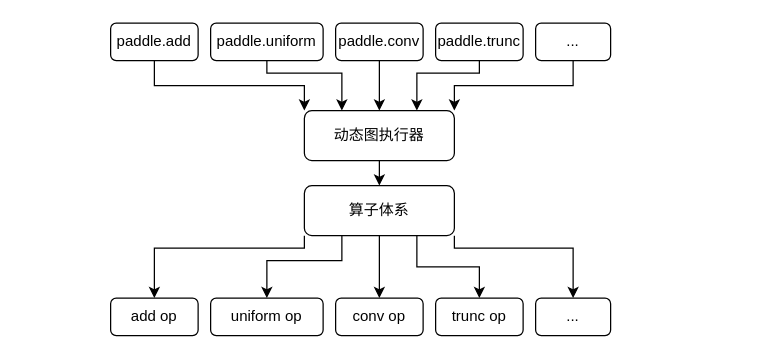
JiabinYang/Doc keeps this draw.io diagram as price1.drawio. Above is the earlier version. Source tidied: cells renumbered, new cells numbered last; positions are measured from the earlier drawing's top-left corner, leaving out a move shared by most shapes. Both pictures are drawn from the tidied source at 125%, with x=0, y=0 at pixel (110, 22).
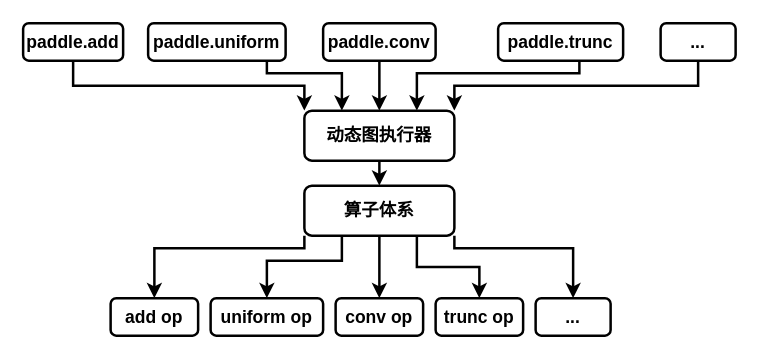
The same diagram, later.

Change to the diagram source:
```diff
@@
-    <mxCell id="2" style="edgeStyle=orthogonalEdgeStyle;rounded=0;jettySize=auto;html=1;exitX=0.5;exitY=1;exitDx=0;exitDy=0;entryX=0;entryY=0;entryDx=0;entryDy=0;" parent="1" edge="1" source="3" target="18">
+    <mxCell id="2" style="edgeStyle=orthogonalEdgeStyle;rounded=0;jettySize=auto;html=1;exitX=0.5;exitY=1;exitDx=0;exitDy=0;entryX=0;entryY=0;entryDx=0;entryDy=0;fontStyle=1;fontSize=14;strokeWidth=2;" parent="1" edge="1" source="3" target="18">
       <mxGeometry relative="1" as="geometry" />
     </mxCell>
-    <mxCell id="3" value="paddle.add" style="rounded=1;whiteSpace=wrap;html=1;" parent="1" vertex="1">
-      <mxGeometry width="70" height="30" as="geometry" />
+    <mxCell id="3" value="paddle.add" style="rounded=1;whiteSpace=wrap;html=1;fontStyle=1;fontSize=14;strokeWidth=2;" parent="1" vertex="1">
+      <mxGeometry x="-70" width="80" height="30" as="geometry" />
     </mxCell>
-    <mxCell id="4" style="edgeStyle=orthogonalEdgeStyle;rounded=0;jettySize=auto;html=1;exitX=0.5;exitY=1;exitDx=0;exitDy=0;entryX=0.25;entryY=0;entryDx=0;entryDy=0;" parent="1" edge="1" source="5" target="18">
+    <mxCell id="4" style="edgeStyle=orthogonalEdgeStyle;rounded=0;jettySize=auto;html=1;exitX=0.5;exitY=1;exitDx=0;exitDy=0;entryX=0.25;entryY=0;entryDx=0;entryDy=0;fontStyle=1;fontSize=14;strokeWidth=2;" parent="1" edge="1" source="5" target="18">
       <mxGeometry relative="1" as="geometry">
         <Array as="points">
           <mxPoint x="125" y="40" />
           <mxPoint x="185" y="40" />
         </Array>
       </mxGeometry>
     </mxCell>
-    <mxCell id="5" value="paddle.uniform" style="rounded=1;whiteSpace=wrap;html=1;" parent="1" vertex="1">
-      <mxGeometry x="80" width="90" height="30" as="geometry" />
+    <mxCell id="5" value="paddle.uniform" style="rounded=1;whiteSpace=wrap;html=1;fontStyle=1;fontSize=14;strokeWidth=2;" parent="1" vertex="1">
+      <mxGeometry x="30" width="110" height="30" as="geometry" />
     </mxCell>
-    <mxCell id="6" style="edgeStyle=orthogonalEdgeStyle;rounded=0;jettySize=auto;html=1;exitX=0.5;exitY=1;exitDx=0;exitDy=0;entryX=0.5;entryY=0;entryDx=0;entryDy=0;" parent="1" edge="1" source="7" target="18">
+    <mxCell id="6" style="edgeStyle=orthogonalEdgeStyle;rounded=0;jettySize=auto;html=1;exitX=0.5;exitY=1;exitDx=0;exitDy=0;entryX=0.5;entryY=0;entryDx=0;entryDy=0;fontStyle=1;fontSize=14;strokeWidth=2;" parent="1" edge="1" source="7" target="18">
       <mxGeometry relative="1" as="geometry" />
     </mxCell>
-    <mxCell id="7" value="paddle.conv" style="rounded=1;whiteSpace=wrap;html=1;" parent="1" vertex="1">
-      <mxGeometry x="180" width="70" height="30" as="geometry" />
+    <mxCell id="7" value="paddle.conv" style="rounded=1;whiteSpace=wrap;html=1;fontStyle=1;fontSize=14;strokeWidth=2;" parent="1" vertex="1">
+      <mxGeometry x="170" width="90" height="30" as="geometry" />
     </mxCell>
-    <mxCell id="8" style="edgeStyle=orthogonalEdgeStyle;rounded=0;jettySize=auto;html=1;exitX=0.5;exitY=1;exitDx=0;exitDy=0;entryX=0.75;entryY=0;entryDx=0;entryDy=0;" parent="1" edge="1" source="9" target="18">
+    <mxCell id="8" style="edgeStyle=orthogonalEdgeStyle;rounded=0;jettySize=auto;html=1;exitX=0.5;exitY=1;exitDx=0;exitDy=0;entryX=0.75;entryY=0;entryDx=0;entryDy=0;fontStyle=1;fontSize=14;strokeWidth=2;" parent="1" edge="1" source="9" target="18">
       <mxGeometry relative="1" as="geometry">
         <Array as="points">
-          <mxPoint x="295" y="40" />
+          <mxPoint x="375" y="40" />
           <mxPoint x="245" y="40" />
         </Array>
       </mxGeometry>
     </mxCell>
-    <mxCell id="9" value="paddle.trunc" style="rounded=1;whiteSpace=wrap;html=1;" parent="1" vertex="1">
-      <mxGeometry x="260" width="70" height="30" as="geometry" />
+    <mxCell id="9" value="paddle.trunc" style="rounded=1;whiteSpace=wrap;html=1;fontStyle=1;fontSize=14;strokeWidth=2;" parent="1" vertex="1">
+      <mxGeometry x="310" width="100" height="30" as="geometry" />
     </mxCell>
-    <mxCell id="10" style="edgeStyle=orthogonalEdgeStyle;rounded=0;jettySize=auto;html=1;exitX=0.5;exitY=1;exitDx=0;exitDy=0;entryX=1;entryY=0;entryDx=0;entryDy=0;" parent="1" edge="1" source="11" target="18">
+    <mxCell id="10" style="edgeStyle=orthogonalEdgeStyle;rounded=0;jettySize=auto;html=1;exitX=0.5;exitY=1;exitDx=0;exitDy=0;entryX=1;entryY=0;entryDx=0;entryDy=0;fontStyle=1;fontSize=14;strokeWidth=2;" parent="1" edge="1" source="11" target="18">
       <mxGeometry relative="1" as="geometry" />
     </mxCell>
-    <mxCell id="11" value="..." style="rounded=1;whiteSpace=wrap;html=1;" parent="1" vertex="1">
-      <mxGeometry x="340" width="60" height="30" as="geometry" />
+    <mxCell id="11" value="..." style="rounded=1;whiteSpace=wrap;html=1;fontStyle=1;fontSize=14;strokeWidth=2;" parent="1" vertex="1">
+      <mxGeometry x="440" width="60" height="30" as="geometry" />
     </mxCell>
-    <mxCell id="12" value="add op" style="rounded=1;whiteSpace=wrap;html=1;" parent="1" vertex="1">
+    <mxCell id="12" value="add op" style="rounded=1;whiteSpace=wrap;html=1;fontStyle=1;fontSize=14;strokeWidth=2;" parent="1" vertex="1">
       <mxGeometry y="220" width="70" height="30" as="geometry" />
     </mxCell>
-    <mxCell id="13" value="uniform op" style="rounded=1;whiteSpace=wrap;html=1;" parent="1" vertex="1">
+    <mxCell id="13" value="uniform op" style="rounded=1;whiteSpace=wrap;html=1;fontStyle=1;fontSize=14;strokeWidth=2;" parent="1" vertex="1">
       <mxGeometry x="80" y="220" width="90" height="30" as="geometry" />
     </mxCell>
-    <mxCell id="14" value="conv op" style="rounded=1;whiteSpace=wrap;html=1;" parent="1" vertex="1">
+    <mxCell id="14" value="conv op" style="rounded=1;whiteSpace=wrap;html=1;fontStyle=1;fontSize=14;strokeWidth=2;" parent="1" vertex="1">
       <mxGeometry x="180" y="220" width="70" height="30" as="geometry" />
     </mxCell>
-    <mxCell id="15" value="trunc op" style="rounded=1;whiteSpace=wrap;html=1;" parent="1" vertex="1">
+    <mxCell id="15" value="trunc op" style="rounded=1;whiteSpace=wrap;html=1;fontStyle=1;fontSize=14;strokeWidth=2;" parent="1" vertex="1">
       <mxGeometry x="260" y="220" width="70" height="30" as="geometry" />
     </mxCell>
-    <mxCell id="16" value="..." style="rounded=1;whiteSpace=wrap;html=1;" parent="1" vertex="1">
+    <mxCell id="16" value="..." style="rounded=1;whiteSpace=wrap;html=1;fontStyle=1;fontSize=14;strokeWidth=2;" parent="1" vertex="1">
       <mxGeometry x="340" y="220" width="60" height="30" as="geometry" />
     </mxCell>
-    <mxCell id="17" style="edgeStyle=orthogonalEdgeStyle;rounded=0;jettySize=auto;html=1;exitX=0.5;exitY=1;exitDx=0;exitDy=0;entryX=0.5;entryY=0;entryDx=0;entryDy=0;" parent="1" edge="1" source="18" target="24">
+    <mxCell id="17" style="edgeStyle=orthogonalEdgeStyle;rounded=0;jettySize=auto;html=1;exitX=0.5;exitY=1;exitDx=0;exitDy=0;entryX=0.5;entryY=0;entryDx=0;entryDy=0;fontStyle=1;fontSize=14;strokeWidth=2;" parent="1" edge="1" source="18" target="24">
       <mxGeometry relative="1" as="geometry" />
     </mxCell>
-    <mxCell id="18" value="动态图执行器" style="rounded=1;whiteSpace=wrap;html=1;" parent="1" vertex="1">
+    <mxCell id="18" value="动态图执行器" style="rounded=1;whiteSpace=wrap;html=1;fontStyle=1;fontSize=14;strokeWidth=2;" parent="1" vertex="1">
       <mxGeometry x="155" y="70" width="120" height="40" as="geometry" />
     </mxCell>
-    <mxCell id="19" style="edgeStyle=orthogonalEdgeStyle;rounded=0;jettySize=auto;html=1;exitX=0.5;exitY=1;exitDx=0;exitDy=0;entryX=0.5;entryY=0;entryDx=0;entryDy=0;" parent="1" edge="1" source="24" target="14">
+    <mxCell id="19" style="edgeStyle=orthogonalEdgeStyle;rounded=0;jettySize=auto;html=1;exitX=0.5;exitY=1;exitDx=0;exitDy=0;entryX=0.5;entryY=0;entryDx=0;entryDy=0;fontStyle=1;fontSize=14;strokeWidth=2;" parent="1" edge="1" source="24" target="14">
       <mxGeometry relative="1" as="geometry" />
     </mxCell>
-    <mxCell id="20" style="edgeStyle=orthogonalEdgeStyle;rounded=0;jettySize=auto;html=1;exitX=0.25;exitY=1;exitDx=0;exitDy=0;entryX=0.5;entryY=0;entryDx=0;entryDy=0;" parent="1" edge="1" source="24" target="13">
+    <mxCell id="20" style="edgeStyle=orthogonalEdgeStyle;rounded=0;jettySize=auto;html=1;exitX=0.25;exitY=1;exitDx=0;exitDy=0;entryX=0.5;entryY=0;entryDx=0;entryDy=0;fontStyle=1;fontSize=14;strokeWidth=2;" parent="1" edge="1" source="24" target="13">
       <mxGeometry relative="1" as="geometry">
         <Array as="points">
           <mxPoint x="185" y="190" />
           <mxPoint x="125" y="190" />
         </Array>
       </mxGeometry>
     </mxCell>
-    <mxCell id="21" style="edgeStyle=orthogonalEdgeStyle;rounded=0;jettySize=auto;html=1;exitX=0;exitY=1;exitDx=0;exitDy=0;entryX=0.5;entryY=0;entryDx=0;entryDy=0;" parent="1" edge="1" source="24" target="12">
+    <mxCell id="21" style="edgeStyle=orthogonalEdgeStyle;rounded=0;jettySize=auto;html=1;exitX=0;exitY=1;exitDx=0;exitDy=0;entryX=0.5;entryY=0;entryDx=0;entryDy=0;fontStyle=1;fontSize=14;strokeWidth=2;" parent="1" edge="1" source="24" target="12">
       <mxGeometry relative="1" as="geometry">
         <Array as="points">
           <mxPoint x="155" y="180" />
           <mxPoint x="35" y="180" />
         </Array>
       </mxGeometry>
     </mxCell>
-    <mxCell id="22" style="edgeStyle=orthogonalEdgeStyle;rounded=0;jettySize=auto;html=1;exitX=0.75;exitY=1;exitDx=0;exitDy=0;entryX=0.5;entryY=0;entryDx=0;entryDy=0;" parent="1" edge="1" source="24" target="15">
+    <mxCell id="22" style="edgeStyle=orthogonalEdgeStyle;rounded=0;jettySize=auto;html=1;exitX=0.75;exitY=1;exitDx=0;exitDy=0;entryX=0.5;entryY=0;entryDx=0;entryDy=0;fontStyle=1;fontSize=14;strokeWidth=2;" parent="1" edge="1" source="24" target="15">
       <mxGeometry relative="1" as="geometry" />
     </mxCell>
-    <mxCell id="23" style="edgeStyle=orthogonalEdgeStyle;rounded=0;jettySize=auto;html=1;exitX=1;exitY=1;exitDx=0;exitDy=0;entryX=0.5;entryY=0;entryDx=0;entryDy=0;" parent="1" edge="1" source="24" target="16">
+    <mxCell id="23" style="edgeStyle=orthogonalEdgeStyle;rounded=0;jettySize=auto;html=1;exitX=1;exitY=1;exitDx=0;exitDy=0;entryX=0.5;entryY=0;entryDx=0;entryDy=0;fontStyle=1;fontSize=14;strokeWidth=2;" parent="1" edge="1" source="24" target="16">
       <mxGeometry relative="1" as="geometry">
         <Array as="points">
           <mxPoint x="275" y="180" />
           <mxPoint x="370" y="180" />
         </Array>
       </mxGeometry>
     </mxCell>
-    <mxCell id="24" value="算子体系" style="rounded=1;whiteSpace=wrap;html=1;" parent="1" vertex="1">
+    <mxCell id="24" value="算子体系" style="rounded=1;whiteSpace=wrap;html=1;fontStyle=1;fontSize=14;strokeWidth=2;" parent="1" vertex="1">
       <mxGeometry x="155" y="130" width="120" height="40" as="geometry" />
     </mxCell>
```
